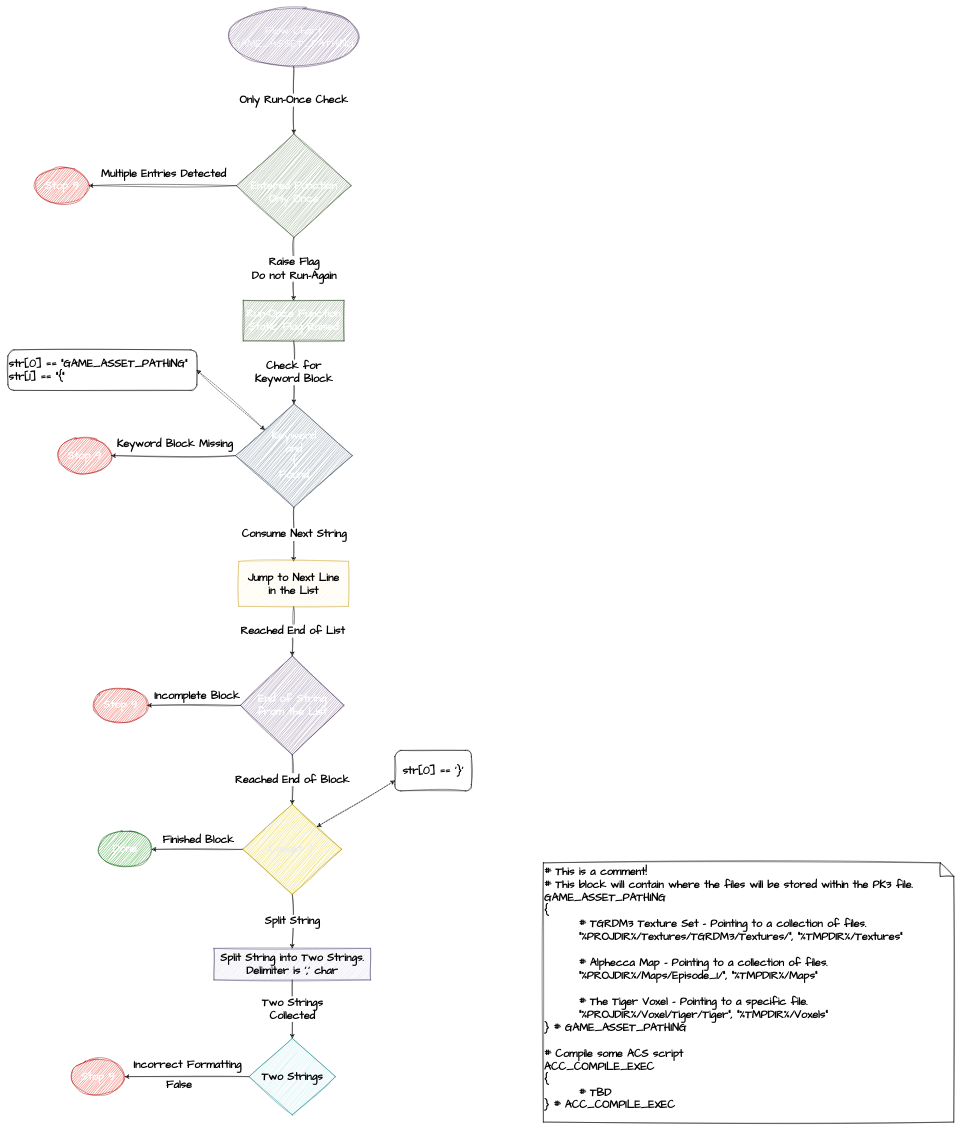
This is page "Flow Chart - GAME_ASSET_PATHING" (5 of 6) of Documents/Make Script/Alphecca Compiler-Python.drawio from SibTiger/Alphecca, a draw.io file, before an edit. Source tidied: cells renumbered, new cells numbered last; positions are measured from the earlier drawing's top-left corner, leaving out a move shared by most shapes. Both pictures are drawn from the tidied source at 45%, with x=0, y=0 at pixel (8, 8).
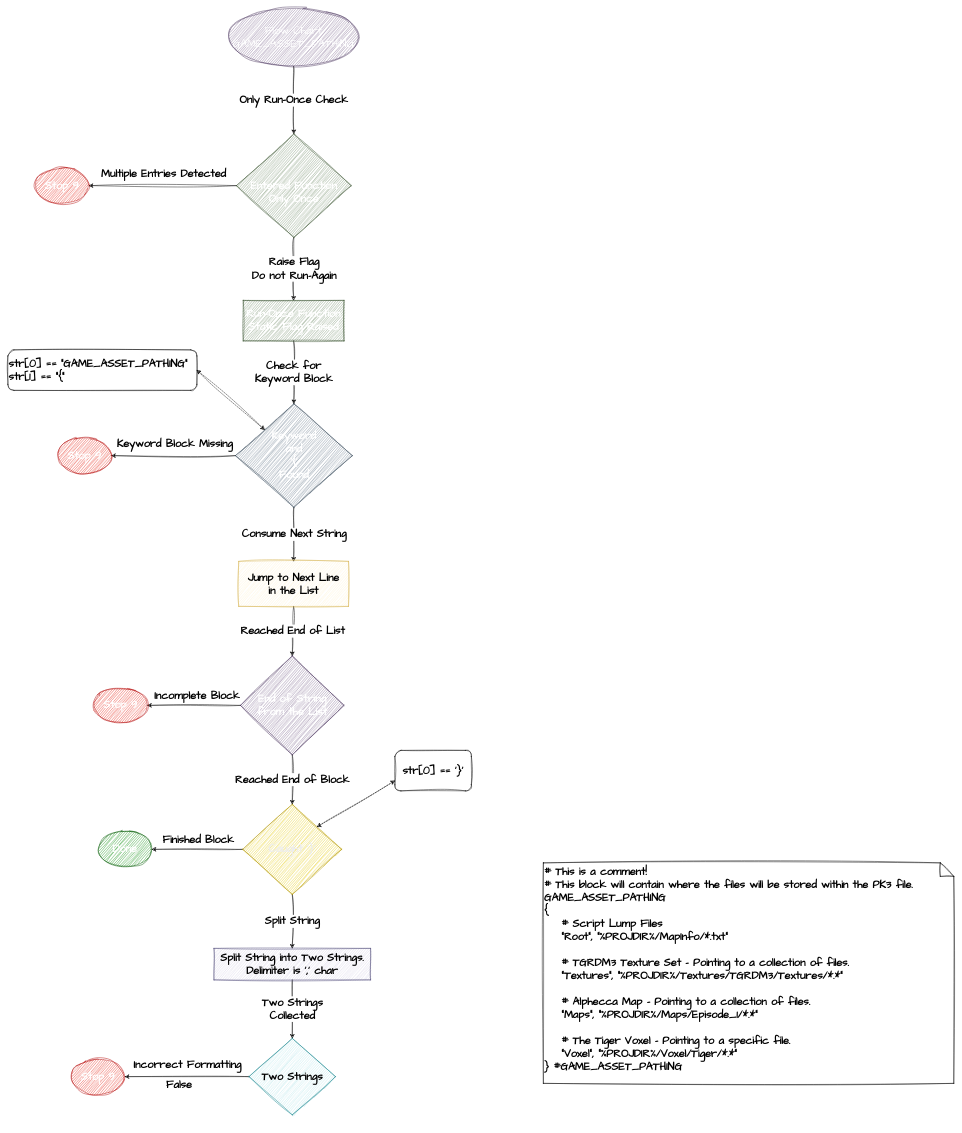
After the change.

Commit message (it also covers changes not shown here):
Directional Shift: GAME_ASSET_PATHING

What changed in the source:
```diff
@@
-    <mxCell id="7" value="&lt;div&gt;&lt;span style=&quot;background-color: transparent; color: light-dark(rgb(0, 0, 0), rgb(255, 255, 255));&quot;&gt;# This is a comment!&lt;/span&gt;&lt;/div&gt;&lt;div&gt;&lt;span style=&quot;background-color: transparent; color: light-dark(rgb(0, 0, 0), rgb(255, 255, 255));&quot;&gt;# This block will contain where the files will be stored within the PK3 file.&lt;/span&gt;&lt;br&gt;&lt;/div&gt;GAME_ASSET_PATHING&lt;div&gt;{&lt;/div&gt;&lt;div&gt;&lt;span style=&quot;white-space: pre;&quot;&gt;&#9;&lt;/span&gt;# TGRDM3 Texture Set - Pointing to a collection of files.&lt;br&gt;&lt;/div&gt;&lt;div&gt;&lt;span style=&quot;white-space: pre;&quot;&gt;&#9;&lt;/span&gt;&quot;%PROJDIR%/Textures/TGRDM3/Textures/&quot;, &quot;%TMPDIR%/Textures&quot;&lt;br&gt;&lt;/div&gt;&lt;div&gt;&lt;br&gt;&lt;/div&gt;&lt;div&gt;&lt;span style=&quot;white-space: pre;&quot;&gt;&#9;&lt;/span&gt;# Alphecca Map - Pointing to a collection of files.&lt;br&gt;&lt;/div&gt;&lt;div&gt;&lt;span style=&quot;white-space: pre;&quot;&gt;&#9;&lt;/span&gt;&quot;%PROJDIR%/Maps/Episode_1/&quot;, &quot;%TMPDIR%/Maps&quot;&lt;br&gt;&lt;/div&gt;&lt;div&gt;&lt;br&gt;&lt;/div&gt;&lt;div&gt;&lt;span style=&quot;white-space: pre;&quot;&gt;&#9;&lt;/span&gt;# The Tiger Voxel - Pointing to a specific file.&lt;br&gt;&lt;/div&gt;&lt;div&gt;&lt;span style=&quot;white-space: pre;&quot;&gt;&#9;&lt;/span&gt;&quot;%PROJDIR%/Voxel/Tiger/Tiger&quot;, &quot;%TMPDIR%/Voxels&quot;&lt;br&gt;&lt;/div&gt;&lt;div&gt;} # GAME_ASSET_PATHING&lt;/div&gt;&lt;div&gt;&lt;br&gt;&lt;/div&gt;&lt;div&gt;# Compile some ACS script&lt;/div&gt;&lt;div&gt;ACC_COMPILE_EXEC&lt;/div&gt;&lt;div&gt;{&lt;/div&gt;&lt;div&gt;&lt;span style=&quot;white-space: pre;&quot;&gt;&#9;&lt;/span&gt;# TBD&lt;br&gt;&lt;/div&gt;&lt;div&gt;} # ACC_COMPILE_EXEC&lt;/div&gt;&lt;div&gt;&lt;br&gt;&lt;/div&gt;" style="shape=note;whiteSpace=wrap;html=1;backgroundOutline=1;darkOpacity=0.05;rounded=1;sketch=1;hachureGap=4;jiggle=2;curveFitting=1;fontFamily=Architects Daughter;align=left;verticalAlign=top;fontSize=24;fontStyle=1;" parent="1" vertex="1">
-      <mxGeometry x="1190" y="1900" width="912" height="576" as="geometry" />
+    <mxCell id="7" value="&lt;div&gt;&lt;span style=&quot;background-color: transparent; color: light-dark(rgb(0, 0, 0), rgb(255, 255, 255));&quot;&gt;# This is a comment!&lt;/span&gt;&lt;/div&gt;&lt;div&gt;&lt;span style=&quot;background-color: transparent; color: light-dark(rgb(0, 0, 0), rgb(255, 255, 255));&quot;&gt;# This block will contain where the files will be stored within the PK3 file.&lt;/span&gt;&lt;br&gt;&lt;/div&gt;&lt;div&gt;GAME_ASSET_PATHING&lt;/div&gt;&lt;div&gt;{&lt;/div&gt;&lt;div&gt;&amp;nbsp; &amp;nbsp; # Script Lump Files&lt;/div&gt;&lt;div&gt;&amp;nbsp; &amp;nbsp; &quot;Root&quot;, &quot;%PROJDIR%/MapInfo/*.txt&quot;&lt;/div&gt;&lt;div&gt;&lt;br&gt;&lt;/div&gt;&lt;div&gt;&amp;nbsp; &amp;nbsp; # TGRDM3 Texture Set - Pointing to a collection of files.&lt;/div&gt;&lt;div&gt;&amp;nbsp; &amp;nbsp; &quot;Textures&quot;, &quot;%PROJDIR%/Textures/TGRDM3/Textures/*.*&quot;&lt;/div&gt;&lt;div&gt;&lt;br&gt;&lt;/div&gt;&lt;div&gt;&amp;nbsp; &amp;nbsp; # Alphecca Map - Pointing to a collection of files.&lt;/div&gt;&lt;div&gt;&amp;nbsp; &amp;nbsp; &quot;Maps&quot;, &quot;%PROJDIR%/Maps/Episode_1/*.*&quot;&lt;/div&gt;&lt;div&gt;&lt;br&gt;&lt;/div&gt;&lt;div&gt;&amp;nbsp; &amp;nbsp; # The Tiger Voxel - Pointing to a specific file.&lt;/div&gt;&lt;div&gt;&amp;nbsp; &amp;nbsp; &quot;Voxel&quot;, &quot;%PROJDIR%/Voxel/Tiger/*.*&quot;&lt;/div&gt;&lt;div&gt;} #GAME_ASSET_PATHING&lt;/div&gt;&lt;div&gt;&lt;br&gt;&lt;/div&gt;&lt;div&gt;&lt;br&gt;&lt;/div&gt;" style="shape=note;whiteSpace=wrap;html=1;backgroundOutline=1;darkOpacity=0.05;rounded=1;sketch=1;hachureGap=4;jiggle=2;curveFitting=1;fontFamily=Architects Daughter;align=left;verticalAlign=top;fontSize=24;fontStyle=1;" parent="1" vertex="1">
+      <mxGeometry x="1190" y="1900" width="912" height="490" as="geometry" />
     </mxCell>
```
